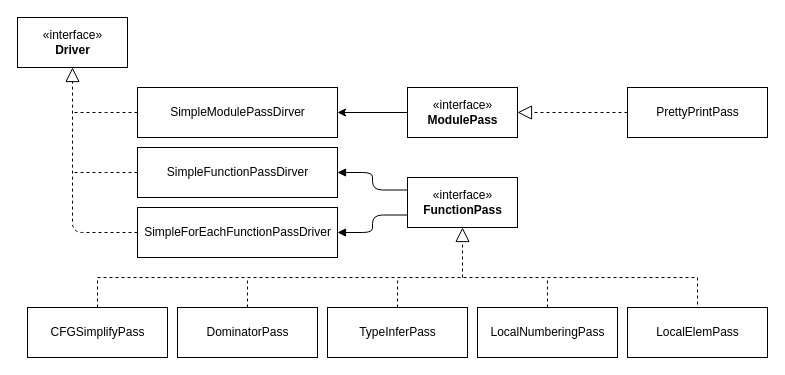
Earlier version of the draw.io diagram Images/4.MIR/analysis-framework.drawio (NineKa/sable-wasm-thesis). Source tidied: cells renumbered, new cells numbered last; positions are measured from the earlier drawing's top-left corner, leaving out a move shared by most shapes. Both pictures are drawn from the tidied source at 100%, with x=0, y=0 at pixel (17, 17).
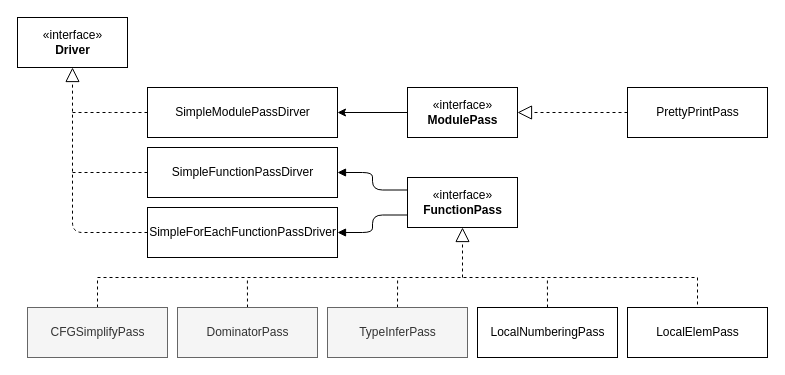
After the change.

Diff of the diagram source:
```diff
@@
     <mxCell id="7" value="SimpleModulePassDirver" style="html=1;" parent="1" vertex="1">
-      <mxGeometry x="120" y="70" width="200" height="50" as="geometry" />
+      <mxGeometry x="130" y="70" width="190" height="50" as="geometry" />
     </mxCell>
@@
     <mxCell id="9" value="SimpleFunctionPassDirver" style="html=1;" parent="1" vertex="1">
-      <mxGeometry x="120" y="130" width="200" height="50" as="geometry" />
+      <mxGeometry x="130" y="130" width="190" height="50" as="geometry" />
     </mxCell>
     <mxCell id="10" value="&lt;span class=&quot;pl-en&quot;&gt;SimpleForEachFunctionPassDriver&lt;/span&gt;" style="html=1;" parent="1" vertex="1">
-      <mxGeometry x="120" y="190" width="200" height="50" as="geometry" />
+      <mxGeometry x="130" y="190" width="190" height="50" as="geometry" />
     </mxCell>
@@
-    <mxCell id="15" value="CFGSimplifyPass" style="html=1;" parent="1" vertex="1">
+    <mxCell id="15" value="CFGSimplifyPass" style="html=1;fillColor=#f5f5f5;strokeColor=#666666;fontColor=#333333;" parent="1" vertex="1">
       <mxGeometry x="10" y="290" width="140" height="50" as="geometry" />
     </mxCell>
@@
-    <mxCell id="17" value="DominatorPass" style="html=1;" parent="1" vertex="1">
+    <mxCell id="17" value="DominatorPass" style="html=1;fillColor=#f5f5f5;strokeColor=#666666;fontColor=#333333;" parent="1" vertex="1">
       <mxGeometry x="160" y="290" width="140" height="50" as="geometry" />
     </mxCell>
@@
-    <mxCell id="19" value="TypeInferPass" style="html=1;" parent="1" vertex="1">
+    <mxCell id="19" value="TypeInferPass" style="html=1;fillColor=#f5f5f5;strokeColor=#666666;fontColor=#333333;" parent="1" vertex="1">
       <mxGeometry x="310" y="290" width="140" height="50" as="geometry" />
     </mxCell>
```
